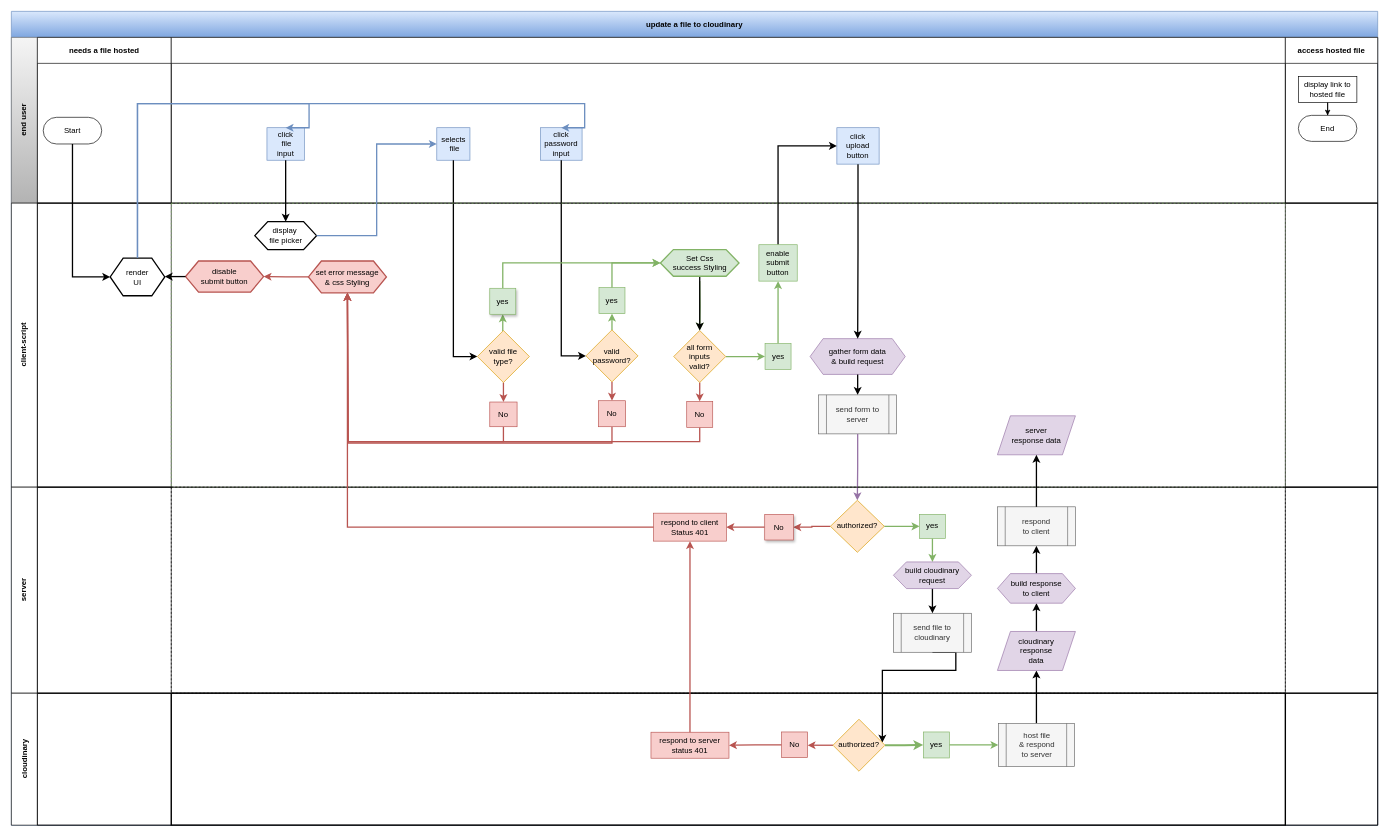
This is process.drawio from samuelfox1/cloudinary-multer-multimedia-uploader, a draw.io file, before an edit. Source tidied: cells renumbered, new cells numbered last; positions are measured from the earlier drawing's top-left corner, leaving out a move shared by most shapes. Both pictures are drawn from the tidied source at 65%, with x=0, y=0 at pixel (11, 11).
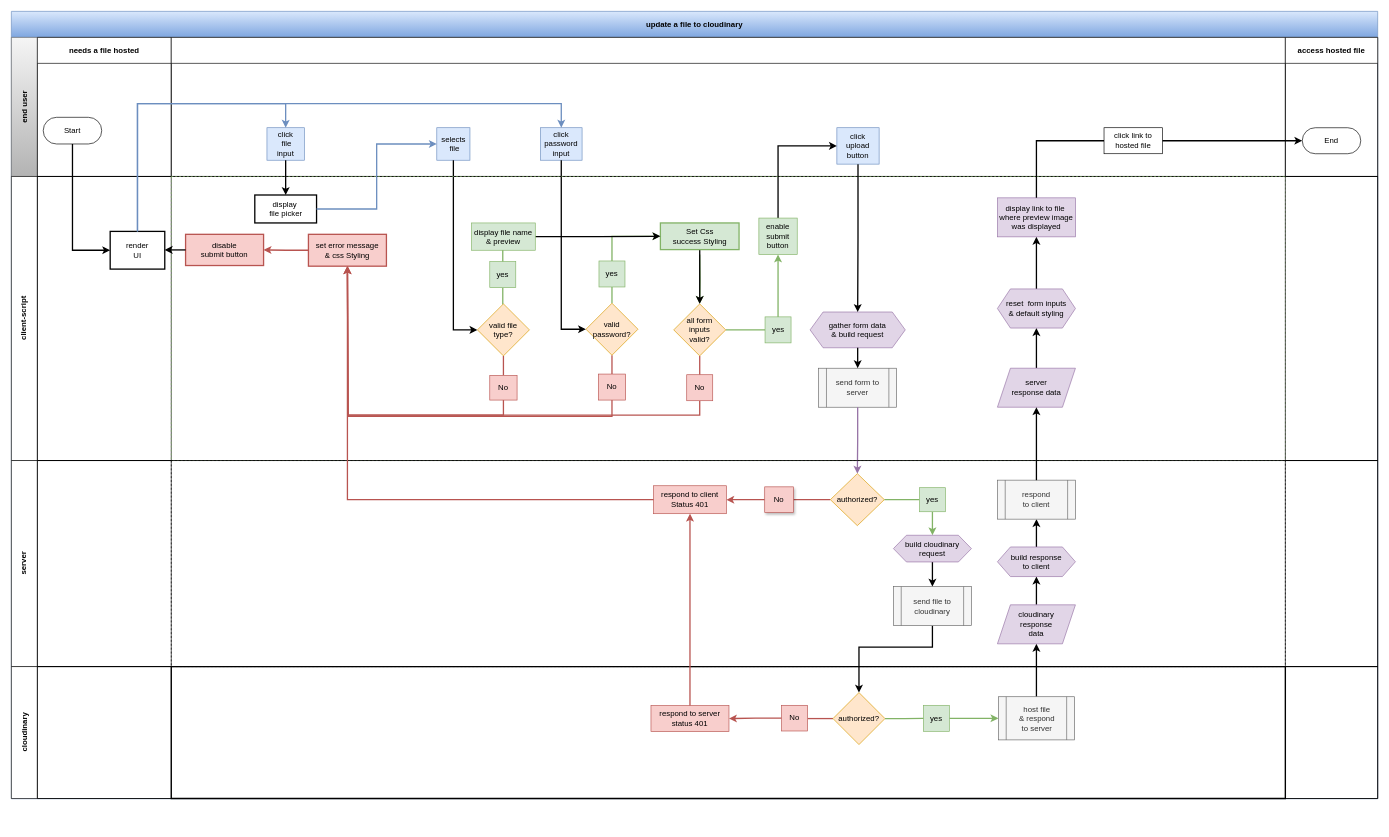
The same diagram, later.

The change refers to these unchanged cells:
```xml
<mxCell id="7" value="click&lt;br&gt;&amp;nbsp;file &lt;br&gt;input" style="rounded=0;whiteSpace=wrap;html=1;fillColor=#dae8fc;strokeColor=#6c8ebf;" parent="6" vertex="1">
  <mxGeometry x="147.2" y="139" width="57.5" height="50" as="geometry" />
</mxCell>
<mxCell id="10" value="click password input" style="rounded=0;whiteSpace=wrap;html=1;fillColor=#dae8fc;strokeColor=#6c8ebf;" parent="6" vertex="1">
  <mxGeometry x="568" y="139" width="64" height="50" as="geometry" />
</mxCell>
<mxCell id="20" style="swimlane;startSize=0;html=1;whiteSpace=wrap;" parent="19" vertex="1">
  <mxGeometry x="40" width="206" height="437" as="geometry" />
</mxCell>
<mxCell id="22" style="swimlane;startSize=0;html=1;whiteSpace=wrap;strokeWidth=1;dashed=1;fillColor=#d5e8d4;strokeColor=#82b366;" parent="19" vertex="1">
  <mxGeometry x="246" width="1714" height="437" as="geometry" />
</mxCell>
<mxCell id="25" value="valid file &lt;br&gt;type?" style="rhombus;whiteSpace=wrap;html=1;fillColor=#ffe6cc;strokeColor=#d79b00;" parent="22" vertex="1">
  <mxGeometry x="471" y="196" width="80" height="80" as="geometry" />
</mxCell>
<mxCell id="28" value="all form&lt;br&gt;inputs&lt;br&gt;valid?" style="rhombus;whiteSpace=wrap;html=1;fillColor=#ffe6cc;strokeColor=#d79b00;" parent="22" vertex="1">
  <mxGeometry x="773" y="196" width="80" height="80" as="geometry" />
</mxCell>
<mxCell id="30" value="No" style="whiteSpace=wrap;html=1;fillColor=#f8cecc;strokeColor=#b85450;" parent="22" vertex="1">
  <mxGeometry x="793" y="305" width="40" height="40" as="geometry" />
</mxCell>
<mxCell id="32" value="yes" style="whiteSpace=wrap;html=1;fillColor=#d5e8d4;strokeColor=#82b366;" parent="22" vertex="1">
  <mxGeometry x="913.5" y="216" width="40" height="40" as="geometry" />
</mxCell>
<mxCell id="35" value="valid&lt;br&gt;password?" style="rhombus;whiteSpace=wrap;html=1;fillColor=#ffe6cc;strokeColor=#d79b00;" parent="22" vertex="1">
  <mxGeometry x="638" y="195" width="80" height="80" as="geometry" />
</mxCell>
<mxCell id="37" value="No" style="whiteSpace=wrap;html=1;fillColor=#f8cecc;strokeColor=#b85450;" parent="22" vertex="1">
  <mxGeometry x="657" y="304" width="42" height="40" as="geometry" />
</mxCell>
<mxCell id="39" value="yes" style="whiteSpace=wrap;html=1;fillColor=#d5e8d4;strokeColor=#82b366;" parent="22" vertex="1">
  <mxGeometry x="658" y="130" width="40" height="40" as="geometry" />
</mxCell>
<mxCell id="41" value="No" style="whiteSpace=wrap;html=1;fillColor=#f8cecc;strokeColor=#b85450;" parent="22" vertex="1">
  <mxGeometry x="490" y="306" width="42" height="38" as="geometry" />
</mxCell>
<mxCell id="63" style="swimlane;startSize=0;html=1;whiteSpace=wrap;perimeter=trianglePerimeter;strokeWidth=1;dashed=1;" parent="61" vertex="1">
  <mxGeometry x="246" width="1714" height="317" as="geometry" />
</mxCell>
<mxCell id="66" value="authorized?" style="rhombus;whiteSpace=wrap;html=1;rounded=0;shadow=0;glass=0;sketch=0;fillColor=#ffe6cc;strokeColor=#d79b00;" parent="63" vertex="1">
  <mxGeometry x="1014" y="20.2" width="83" height="80" as="geometry" />
</mxCell>
<mxCell id="70" value="yes" style="whiteSpace=wrap;html=1;fillColor=#d5e8d4;strokeColor=#82b366;" parent="63" vertex="1">
  <mxGeometry x="1151" y="41.8" width="40" height="37" as="geometry" />
</mxCell>
<mxCell id="72" value="send file to cloudinary" style="shape=process;whiteSpace=wrap;html=1;backgroundOutline=1;fillColor=#f5f5f5;strokeColor=#666666;fontColor=#333333;" parent="63" vertex="1">
  <mxGeometry x="1111" y="194" width="120" height="60" as="geometry" />
</mxCell>
<mxCell id="83" style="swimlane;startSize=0;html=1;whiteSpace=wrap;strokeWidth=2;" parent="81" vertex="1">
  <mxGeometry x="246" width="1714" height="203" as="geometry" />
</mxCell>
<mxCell id="85" value="authorized?" style="rhombus;whiteSpace=wrap;html=1;rounded=0;shadow=0;glass=0;sketch=0;fillColor=#ffe6cc;strokeColor=#d79b00;" parent="83" vertex="1">
  <mxGeometry x="1018" y="40" width="80" height="80" as="geometry" />
</mxCell>
<mxCell id="87" value="yes" style="whiteSpace=wrap;html=1;fillColor=#d5e8d4;strokeColor=#82b366;" parent="83" vertex="1">
  <mxGeometry x="1157" y="59.6" width="40" height="40" as="geometry" />
</mxCell>
<mxCell id="90" value="No" style="whiteSpace=wrap;html=1;fillColor=#f8cecc;strokeColor=#b85450;" parent="83" vertex="1">
  <mxGeometry x="939" y="59.6" width="40" height="39.5" as="geometry" />
</mxCell>
```

What changed in the source:
```diff
@@
     <mxCell id="2" value="update a file to cloudinary" style="shape=table;childLayout=tableLayout;rowLines=0;columnLines=0;startSize=40;html=1;whiteSpace=wrap;fontStyle=1;strokeWidth=1;fillColor=#dae8fc;strokeColor=#6c8ebf;gradientColor=#7ea6e0;" parent="1" vertex="1">
-      <mxGeometry width="2102" height="1252.4" as="geometry" />
+      <mxGeometry width="2102" height="1211.3" as="geometry" />
     </mxCell>
     <mxCell id="3" value="end user" style="swimlane;horizontal=0;startSize=40;html=1;whiteSpace=wrap;fillColor=#f5f5f5;gradientColor=#b3b3b3;strokeColor=#666666;" parent="2" vertex="1">
-      <mxGeometry y="40" width="2102" height="255" as="geometry" />
+      <mxGeometry y="40" width="2102" height="214" as="geometry" />
     </mxCell>
     <mxCell id="4" value="needs a file hosted" style="swimlane;startSize=40;html=1;whiteSpace=wrap;" parent="3" vertex="1">
-      <mxGeometry x="40" width="206" height="255" as="geometry" />
+      <mxGeometry x="40" width="206" height="214" as="geometry" />
     </mxCell>
@@
     <mxCell id="6" style="swimlane;startSize=40;html=1;whiteSpace=wrap;swimlaneLine=1;shadow=0;" parent="3" vertex="1">
-      <mxGeometry x="246" width="1714" height="255" as="geometry" />
+      <mxGeometry x="246" width="1714" height="214" as="geometry" />
     </mxCell>
@@
+    <mxCell id="13" value="click link to hosted file" style="rounded=0;whiteSpace=wrap;html=1;" parent="6" vertex="1">
+      <mxGeometry x="1435" y="139" width="90" height="40" as="geometry" />
+    </mxCell>
     <mxCell id="11" value="access hosted file" style="swimlane;startSize=40;html=1;whiteSpace=wrap;" parent="3" vertex="1">
-      <mxGeometry x="1960" width="142" height="255" as="geometry" />
+      <mxGeometry x="1960" width="142" height="214" as="geometry" />
     </mxCell>
+    <mxCell id="14" value="End" style="rounded=1;whiteSpace=wrap;html=1;arcSize=50;" parent="11" vertex="1">
+      <mxGeometry x="26" y="139" width="90" height="40" as="geometry" />
+    </mxCell>
-    <mxCell id="12" style="edgeStyle=orthogonalEdgeStyle;rounded=0;jettySize=auto;html=1;" parent="11" edge="1" source="13" target="14">
+    <mxCell id="12" style="edgeStyle=orthogonalEdgeStyle;rounded=0;jettySize=auto;html=1;strokeWidth=2;" parent="3" edge="1" source="13" target="14">
       <mxGeometry relative="1" as="geometry" />
     </mxCell>
-    <mxCell id="13" value="display link to hosted file" style="rounded=0;whiteSpace=wrap;html=1;" parent="11" vertex="1">
-      <mxGeometry x="20" y="60" width="90" height="40" as="geometry" />
-    </mxCell>
-    <mxCell id="14" value="End" style="rounded=1;whiteSpace=wrap;html=1;arcSize=50;" parent="11" vertex="1">
-      <mxGeometry x="20" y="120" width="90" height="40" as="geometry" />
-    </mxCell>
@@
     <mxCell id="19" value="client-script" style="swimlane;horizontal=0;startSize=40;html=1;whiteSpace=wrap;strokeWidth=1;" parent="2" vertex="1">
-      <mxGeometry y="295" width="2102" height="437" as="geometry" />
+      <mxGeometry y="254" width="2102" height="437" as="geometry" />
     </mxCell>
@@
-    <mxCell id="21" value="render&lt;br&gt;UI" style="shape=hexagon;perimeter=hexagonPerimeter2;whiteSpace=wrap;html=1;fixedSize=1;rounded=0;shadow=0;glass=0;sketch=0;strokeWidth=2;fillColor=default;gradientColor=none;" parent="20" vertex="1">
+    <mxCell id="21" value="render&lt;br&gt;UI" style="whiteSpace=wrap;html=1;fixedSize=1;rounded=0;shadow=0;glass=0;sketch=0;strokeWidth=2;fillColor=default;gradientColor=none;" parent="20" vertex="1">
       <mxGeometry x="112" y="84.5" width="84" height="58" as="geometry" />
     </mxCell>
@@
-    <mxCell id="23" style="edgeStyle=orthogonalEdgeStyle;rounded=0;jettySize=auto;html=1;exitX=0.5;exitY=0;exitDx=0;exitDy=0;entryX=0.5;entryY=1;entryDx=0;entryDy=0;strokeColor=#82b366;strokeWidth=2;fillColor=#d5e8d4;" parent="22" edge="1" source="25" target="43">
+    <mxCell id="23" style="edgeStyle=orthogonalEdgeStyle;rounded=0;jettySize=auto;html=1;exitX=0.5;exitY=0;exitDx=0;exitDy=0;entryX=0.5;entryY=1;entryDx=0;entryDy=0;strokeColor=#82b366;strokeWidth=2;fillColor=#d5e8d4;endArrow=none;endFill=0;" parent="22" edge="1" source="25" target="43">
       <mxGeometry relative="1" as="geometry" />
     </mxCell>
-    <mxCell id="24" style="edgeStyle=orthogonalEdgeStyle;rounded=0;jettySize=auto;html=1;exitX=0.5;exitY=1;exitDx=0;exitDy=0;entryX=0.5;entryY=0;entryDx=0;entryDy=0;strokeColor=#b85450;strokeWidth=2;fillColor=#f8cecc;" parent="22" edge="1" source="25" target="41">
+    <mxCell id="24" style="edgeStyle=orthogonalEdgeStyle;rounded=0;jettySize=auto;html=1;exitX=0.5;exitY=1;exitDx=0;exitDy=0;entryX=0.5;entryY=0;entryDx=0;entryDy=0;strokeColor=#b85450;strokeWidth=2;fillColor=#f8cecc;endArrow=none;endFill=0;" parent="22" edge="1" source="25" target="41">
       <mxGeometry relative="1" as="geometry" />
     </mxCell>
@@
-    <mxCell id="26" style="edgeStyle=orthogonalEdgeStyle;rounded=0;jettySize=auto;html=1;exitX=0.5;exitY=1;exitDx=0;exitDy=0;entryX=0.5;entryY=0;entryDx=0;entryDy=0;strokeColor=#b85450;strokeWidth=2;fillColor=#f8cecc;" parent="22" edge="1" source="28" target="30">
+    <mxCell id="26" style="edgeStyle=orthogonalEdgeStyle;rounded=0;jettySize=auto;html=1;exitX=0.5;exitY=1;exitDx=0;exitDy=0;entryX=0.5;entryY=0;entryDx=0;entryDy=0;strokeColor=#b85450;strokeWidth=2;fillColor=#f8cecc;endArrow=none;endFill=0;" parent="22" edge="1" source="28" target="30">
       <mxGeometry relative="1" as="geometry" />
     </mxCell>
-    <mxCell id="27" style="edgeStyle=orthogonalEdgeStyle;rounded=0;jettySize=auto;html=1;exitX=1;exitY=0.5;exitDx=0;exitDy=0;entryX=0;entryY=0.5;entryDx=0;entryDy=0;strokeColor=#82b366;strokeWidth=2;fillColor=#d5e8d4;" parent="22" edge="1" source="28" target="32">
+    <mxCell id="27" style="edgeStyle=orthogonalEdgeStyle;rounded=0;jettySize=auto;html=1;exitX=1;exitY=0.5;exitDx=0;exitDy=0;entryX=0;entryY=0.5;entryDx=0;entryDy=0;strokeColor=#82b366;strokeWidth=2;fillColor=#d5e8d4;endArrow=none;endFill=0;" parent="22" edge="1" source="28" target="32">
       <mxGeometry relative="1" as="geometry" />
     </mxCell>
@@
-    <mxCell id="33" style="edgeStyle=orthogonalEdgeStyle;rounded=0;jettySize=auto;html=1;exitX=0.5;exitY=0;exitDx=0;exitDy=0;strokeColor=#82b366;strokeWidth=2;fillColor=#d5e8d4;entryX=0.5;entryY=1;entryDx=0;entryDy=0;" parent="22" edge="1" source="35" target="39">
+    <mxCell id="33" style="edgeStyle=orthogonalEdgeStyle;rounded=0;jettySize=auto;html=1;exitX=0.5;exitY=0;exitDx=0;exitDy=0;strokeColor=#82b366;strokeWidth=2;fillColor=#d5e8d4;entryX=0.5;entryY=1;entryDx=0;entryDy=0;endArrow=none;endFill=0;" parent="22" edge="1" source="35" target="39">
       <mxGeometry relative="1" as="geometry" />
     </mxCell>
-    <mxCell id="34" style="edgeStyle=orthogonalEdgeStyle;rounded=0;jettySize=auto;html=1;exitX=0.5;exitY=1;exitDx=0;exitDy=0;entryX=0.5;entryY=0;entryDx=0;entryDy=0;strokeColor=#b85450;strokeWidth=2;fillColor=#f8cecc;" parent="22" edge="1" source="35" target="37">
+    <mxCell id="34" style="edgeStyle=orthogonalEdgeStyle;rounded=0;jettySize=auto;html=1;exitX=0.5;exitY=1;exitDx=0;exitDy=0;entryX=0.5;entryY=0;entryDx=0;entryDy=0;strokeColor=#b85450;strokeWidth=2;fillColor=#f8cecc;endArrow=none;endFill=0;" parent="22" edge="1" source="35" target="37">
       <mxGeometry relative="1" as="geometry" />
     </mxCell>
@@
-    <mxCell id="42" style="edgeStyle=orthogonalEdgeStyle;rounded=0;jettySize=auto;html=1;exitX=0.5;exitY=0;exitDx=0;exitDy=0;entryX=0;entryY=0.5;entryDx=0;entryDy=0;strokeColor=#82b366;strokeWidth=2;fillColor=#d5e8d4;" parent="22" edge="1" source="43" target="51">
-      <mxGeometry relative="1" as="geometry" />
-    </mxCell>
+    <mxCell id="102" style="edgeStyle=orthogonalEdgeStyle;rounded=0;jettySize=auto;html=1;strokeColor=#82b366;strokeWidth=2;fillColor=#d5e8d4;" parent="22" edge="1" source="43" target="108">
+      <mxGeometry relative="1" as="geometry" />
+    </mxCell>
-    <mxCell id="43" value="yes" style="whiteSpace=wrap;html=1;fillColor=#d5e8d4;strokeColor=#82b366;shadow=1;" parent="22" vertex="1">
+    <mxCell id="43" value="yes" style="whiteSpace=wrap;html=1;fillColor=#d5e8d4;strokeColor=#82b366;shadow=0;" parent="22" vertex="1">
       <mxGeometry x="490" y="131" width="40" height="40" as="geometry" />
     </mxCell>
@@
+    <mxCell id="103" style="edgeStyle=orthogonalEdgeStyle;rounded=0;jettySize=auto;html=1;strokeColor=#000000;strokeWidth=2;" parent="22" edge="1" source="49" target="105">
+      <mxGeometry relative="1" as="geometry" />
+    </mxCell>
     <mxCell id="49" value="server &lt;br&gt;response data" style="shape=parallelogram;perimeter=parallelogramPerimeter;whiteSpace=wrap;html=1;fixedSize=1;fillColor=#e1d5e7;strokeColor=#9673a6;rounded=0;shadow=0;glass=0;sketch=0;strokeWidth=1;" parent="22" vertex="1">
-      <mxGeometry x="1271" y="327.2" width="120" height="60" as="geometry" />
+      <mxGeometry x="1271" y="295" width="120" height="60" as="geometry" />
     </mxCell>
@@
-    <mxCell id="51" value="&lt;font face=&quot;helvetica&quot;&gt;Set Css&lt;br&gt;success Styling&lt;br&gt;&lt;/font&gt;" style="shape=hexagon;perimeter=hexagonPerimeter2;whiteSpace=wrap;html=1;fixedSize=1;rounded=0;shadow=0;glass=0;sketch=0;strokeWidth=2;fillColor=#d5e8d4;strokeColor=#82b366;" parent="22" vertex="1">
+    <mxCell id="51" value="&lt;font face=&quot;helvetica&quot;&gt;Set Css&lt;br&gt;success Styling&lt;br&gt;&lt;/font&gt;" style="whiteSpace=wrap;html=1;fixedSize=1;rounded=0;shadow=0;glass=0;sketch=0;strokeWidth=2;fillColor=#d5e8d4;strokeColor=#82b366;" parent="22" vertex="1">
       <mxGeometry x="752.5" y="71.5" width="121" height="41" as="geometry" />
     </mxCell>
@@
-    <mxCell id="53" value="set error message&lt;br&gt;&amp;amp; css Styling" style="shape=hexagon;perimeter=hexagonPerimeter2;whiteSpace=wrap;html=1;fixedSize=1;rounded=0;shadow=0;glass=0;sketch=0;strokeWidth=2;fillColor=#f8cecc;strokeColor=#b85450;" parent="22" vertex="1">
+    <mxCell id="53" value="set error message&lt;br&gt;&amp;amp; css Styling" style="whiteSpace=wrap;html=1;fixedSize=1;rounded=0;shadow=0;glass=0;sketch=0;strokeWidth=2;fillColor=#f8cecc;strokeColor=#b85450;" parent="22" vertex="1">
       <mxGeometry x="211" y="89" width="120" height="49" as="geometry" />
     </mxCell>
-    <mxCell id="54" value="disable&lt;br&gt;submit button" style="shape=hexagon;perimeter=hexagonPerimeter2;whiteSpace=wrap;html=1;fixedSize=1;rounded=0;shadow=0;glass=0;sketch=0;strokeWidth=2;fillColor=#f8cecc;strokeColor=#b85450;" parent="22" vertex="1">
+    <mxCell id="54" value="disable&lt;br&gt;submit button" style="whiteSpace=wrap;html=1;fixedSize=1;rounded=0;shadow=0;glass=0;sketch=0;strokeWidth=2;fillColor=#f8cecc;strokeColor=#b85450;" parent="22" vertex="1">
       <mxGeometry x="22" y="89" width="120" height="48" as="geometry" />
     </mxCell>
-    <mxCell id="55" value="display&amp;nbsp;&lt;br&gt;file picker" style="shape=hexagon;perimeter=hexagonPerimeter2;whiteSpace=wrap;html=1;fixedSize=1;rounded=0;shadow=0;glass=0;sketch=0;strokeWidth=2;fillColor=default;gradientColor=none;" parent="22" vertex="1">
+    <mxCell id="55" value="display&amp;nbsp;&lt;br&gt;file picker" style="whiteSpace=wrap;html=1;fixedSize=1;rounded=0;shadow=0;glass=0;sketch=0;strokeWidth=2;fillColor=default;gradientColor=none;" parent="22" vertex="1">
       <mxGeometry x="128.5" y="28.5" width="95" height="43" as="geometry" />
     </mxCell>
+    <mxCell id="104" style="edgeStyle=orthogonalEdgeStyle;rounded=0;jettySize=auto;html=1;strokeColor=#000000;strokeWidth=2;" parent="22" edge="1" source="105" target="106">
+      <mxGeometry relative="1" as="geometry" />
+    </mxCell>
+    <mxCell id="105" value="reset&amp;nbsp; form inputs&lt;br&gt;&amp;amp; default styling" style="shape=hexagon;perimeter=hexagonPerimeter2;whiteSpace=wrap;html=1;fixedSize=1;fillColor=#e1d5e7;strokeColor=#9673a6;rounded=0;shadow=0;glass=0;sketch=0;strokeWidth=1;" parent="22" vertex="1">
+      <mxGeometry x="1271" y="173" width="120" height="60.2" as="geometry" />
+    </mxCell>
+    <mxCell id="106" value="display link to file&amp;nbsp;&lt;br&gt;where preview image&lt;br&gt;was displayed" style="whiteSpace=wrap;html=1;fillColor=#e1d5e7;strokeColor=#9673a6;rounded=0;shadow=0;glass=0;sketch=0;strokeWidth=1;" parent="22" vertex="1">
+      <mxGeometry x="1271" y="32.9" width="120" height="60" as="geometry" />
+    </mxCell>
+    <mxCell id="107" style="edgeStyle=orthogonalEdgeStyle;rounded=0;jettySize=auto;html=1;exitX=1;exitY=0.5;exitDx=0;exitDy=0;entryX=0;entryY=0.5;entryDx=0;entryDy=0;strokeColor=#000000;strokeWidth=2;" parent="22" edge="1" source="108" target="51">
+      <mxGeometry relative="1" as="geometry" />
+    </mxCell>
+    <mxCell id="108" value="display file name &amp;amp; preview" style="whiteSpace=wrap;html=1;fillColor=#d5e8d4;strokeColor=#82b366;shadow=0;" parent="22" vertex="1">
+      <mxGeometry x="462" y="71.5" width="98" height="42" as="geometry" />
+    </mxCell>
@@
-    <mxCell id="59" style="edgeStyle=orthogonalEdgeStyle;rounded=0;jettySize=auto;html=1;exitX=0.5;exitY=1;exitDx=0;exitDy=0;strokeColor=#000000;strokeWidth=2;fillColor=#d5e8d4;" parent="2" edge="1" source="72" target="85">
+    <mxCell id="59" style="edgeStyle=orthogonalEdgeStyle;rounded=0;jettySize=auto;html=1;exitX=0.5;exitY=1;exitDx=0;exitDy=0;strokeColor=#000000;strokeWidth=2;fillColor=#d5e8d4;entryX=0.5;entryY=0;entryDx=0;entryDy=0;" parent="2" edge="1" source="72" target="85">
       <mxGeometry relative="1" as="geometry">
         <Array as="points">
-          <mxPoint x="1453" y="1014" />
-          <mxPoint x="1340" y="1014" />
+          <mxPoint x="1417" y="978" />
+          <mxPoint x="1304" y="978" />
         </Array>
       </mxGeometry>
     </mxCell>
@@
     <mxCell id="61" value="server" style="swimlane;horizontal=0;startSize=40;html=1;whiteSpace=wrap;swimlaneFillColor=none;gradientColor=none;fillColor=default;" parent="2" vertex="1">
-      <mxGeometry y="732" width="2102" height="317" as="geometry" />
+      <mxGeometry y="691" width="2102" height="317" as="geometry" />
     </mxCell>
@@
-    <mxCell id="64" style="edgeStyle=orthogonalEdgeStyle;rounded=0;jettySize=auto;html=1;exitX=0;exitY=0.5;exitDx=0;exitDy=0;entryX=1;entryY=0.5;entryDx=0;entryDy=0;strokeColor=#b85450;strokeWidth=2;fillColor=#f8cecc;" parent="63" edge="1" source="66" target="68">
+    <mxCell id="64" style="edgeStyle=orthogonalEdgeStyle;rounded=0;jettySize=auto;html=1;exitX=0;exitY=0.5;exitDx=0;exitDy=0;entryX=1;entryY=0.5;entryDx=0;entryDy=0;strokeColor=#b85450;strokeWidth=2;fillColor=#f8cecc;endArrow=none;endFill=0;" parent="63" edge="1" source="66" target="68">
       <mxGeometry relative="1" as="geometry" />
     </mxCell>
-    <mxCell id="65" style="edgeStyle=orthogonalEdgeStyle;rounded=0;jettySize=auto;html=1;exitX=1;exitY=0.5;exitDx=0;exitDy=0;entryX=0;entryY=0.5;entryDx=0;entryDy=0;strokeColor=#82b366;strokeWidth=2;fillColor=#d5e8d4;" parent="63" edge="1" source="66" target="70">
+    <mxCell id="65" style="edgeStyle=orthogonalEdgeStyle;rounded=0;jettySize=auto;html=1;exitX=1;exitY=0.5;exitDx=0;exitDy=0;entryX=0;entryY=0.5;entryDx=0;entryDy=0;strokeColor=#82b366;strokeWidth=2;fillColor=#d5e8d4;endArrow=none;endFill=0;" parent="63" edge="1" source="66" target="70">
       <mxGeometry relative="1" as="geometry" />
     </mxCell>
@@
     <mxCell id="68" value="No" style="whiteSpace=wrap;html=1;fillColor=#f8cecc;strokeColor=#b85450;shadow=1;" parent="63" vertex="1">
-      <mxGeometry x="913" y="41.8" width="44" height="39.5" as="geometry" />
+      <mxGeometry x="913" y="40.5" width="44" height="39.5" as="geometry" />
     </mxCell>
@@
     <mxCell id="71" value="respond to client&lt;br&gt;Status 401" style="whiteSpace=wrap;html=1;fillColor=#f8cecc;strokeColor=#b85450;" parent="63" vertex="1">
-      <mxGeometry x="742" y="40" width="112" height="43" as="geometry" />
+      <mxGeometry x="742" y="38.8" width="112" height="43" as="geometry" />
     </mxCell>
@@
     <mxCell id="81" value="cloudinary" style="swimlane;horizontal=0;startSize=40;html=1;whiteSpace=wrap;swimlaneFillColor=none;gradientColor=none;fillColor=default;" parent="2" vertex="1">
-      <mxGeometry y="1049" width="2102" height="203" as="geometry" />
+      <mxGeometry y="1008" width="2102" height="203" as="geometry" />
     </mxCell>
@@
-    <mxCell id="84" style="edgeStyle=orthogonalEdgeStyle;rounded=0;jettySize=auto;html=1;exitX=0;exitY=0.5;exitDx=0;exitDy=0;entryX=1;entryY=0.5;entryDx=0;entryDy=0;strokeColor=#b85450;strokeWidth=2;fillColor=#f8cecc;" parent="83" edge="1" source="85" target="90">
+    <mxCell id="84" style="edgeStyle=orthogonalEdgeStyle;rounded=0;jettySize=auto;html=1;exitX=0;exitY=0.5;exitDx=0;exitDy=0;entryX=1;entryY=0.5;entryDx=0;entryDy=0;strokeColor=#b85450;strokeWidth=2;fillColor=#f8cecc;endArrow=none;endFill=0;" parent="83" edge="1" source="85" target="90">
       <mxGeometry relative="1" as="geometry" />
     </mxCell>
@@
-    <mxCell id="88" style="edgeStyle=orthogonalEdgeStyle;rounded=0;jettySize=auto;html=1;exitX=1;exitY=0.5;exitDx=0;exitDy=0;entryX=0;entryY=0.5;entryDx=0;entryDy=0;strokeWidth=3;fillColor=#d5e8d4;strokeColor=#82b366;" parent="83" edge="1" source="85" target="87">
+    <mxCell id="88" style="edgeStyle=orthogonalEdgeStyle;rounded=0;jettySize=auto;html=1;exitX=1;exitY=0.5;exitDx=0;exitDy=0;entryX=0;entryY=0.5;entryDx=0;entryDy=0;strokeWidth=2;fillColor=#d5e8d4;strokeColor=#82b366;endArrow=none;endFill=0;" parent="83" edge="1" source="85" target="87">
       <mxGeometry relative="1" as="geometry" />
     </mxCell>
@@
     <mxCell id="94" style="edgeStyle=orthogonalEdgeStyle;rounded=0;jettySize=auto;html=1;exitX=0.5;exitY=0;exitDx=0;exitDy=0;entryX=0.5;entryY=0;entryDx=0;entryDy=0;fillColor=#dae8fc;strokeColor=#6c8ebf;strokeWidth=2;" parent="2" edge="1" source="21" target="7">
       <mxGeometry relative="1" as="geometry">
         <Array as="points">
           <mxPoint x="194" y="142" />
-          <mxPoint x="458" y="142" />
+          <mxPoint x="422" y="142" />
         </Array>
       </mxGeometry>
     </mxCell>
@@
     <mxCell id="96" style="edgeStyle=orthogonalEdgeStyle;rounded=0;jettySize=auto;html=1;exitX=0.5;exitY=0;exitDx=0;exitDy=0;entryX=0.5;entryY=0;entryDx=0;entryDy=0;fillColor=#dae8fc;strokeColor=#6c8ebf;strokeWidth=2;" parent="2" edge="1" source="21" target="10">
       <mxGeometry relative="1" as="geometry">
         <Array as="points">
           <mxPoint x="194" y="142" />
-          <mxPoint x="882" y="142" />
+          <mxPoint x="846" y="142" />
         </Array>
       </mxGeometry>
     </mxCell>
@@
+    <mxCell id="109" style="edgeStyle=orthogonalEdgeStyle;rounded=0;jettySize=auto;html=1;exitX=0.5;exitY=0;exitDx=0;exitDy=0;entryX=0;entryY=0.5;entryDx=0;entryDy=0;endArrow=none;endFill=0;strokeColor=#000000;strokeWidth=2;" parent="2" edge="1" source="106" target="13">
+      <mxGeometry relative="1" as="geometry" />
+    </mxCell>
```
